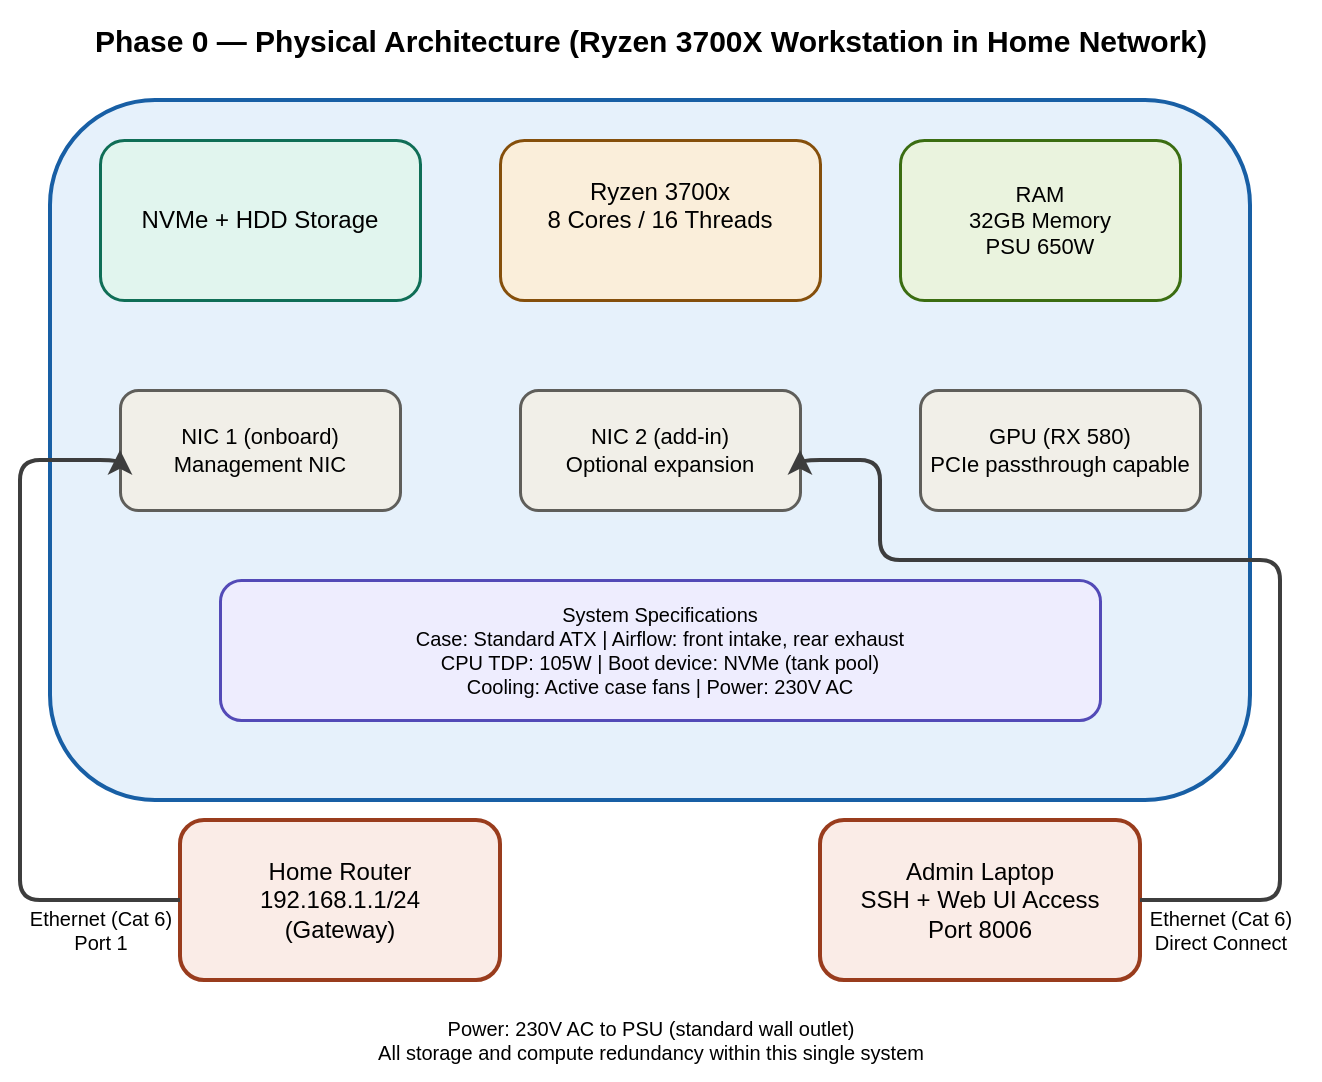
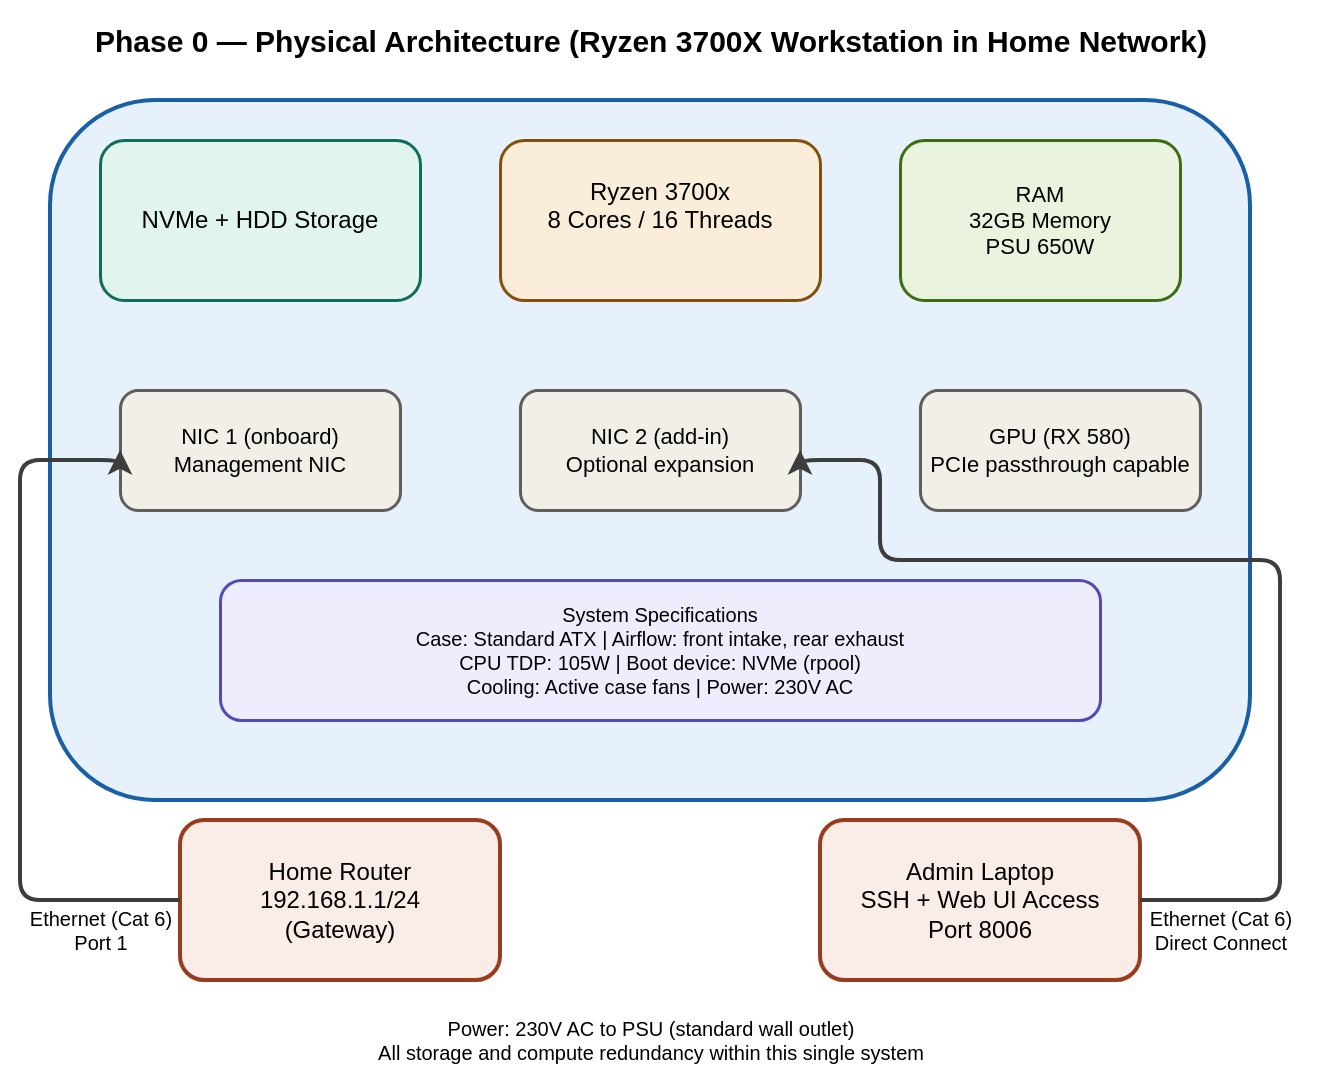
<mxfile host="app.diagrams.net" pages="2">
  <diagram name="Physical Architecture" id="RpOUlLbfQfCEnkxK3VkE">
    <mxGraphModel dx="998" dy="1407" grid="1" gridSize="10" guides="1" tooltips="1" connect="1" arrows="1" fold="1" page="1" pageScale="1" pageWidth="827" pageHeight="1169" math="0" shadow="0">
      <root>
        <mxCell id="0" />
        <mxCell id="1" parent="0" />
        <mxCell id="llw3JA0QUT87kZoAZPqh-1" parent="1" style="text;html=1;align=center;verticalAlign=middle;resizable=0;points=[];autosize=1;strokeColor=none;fillColor=none;fontSize=18;fontStyle=1" value="&lt;font style=&quot;font-size: 15px;&quot;&gt;Phase 0 — Physical Architecture (Ryzen 3700X Workstation in Home Network)&lt;/font&gt;" vertex="1">
          <mxGeometry height="40" width="550" x="200" y="140" as="geometry" />
        </mxCell>
        <mxCell id="llw3JA0QUT87kZoAZPqh-2" parent="1" style="rounded=1;whiteSpace=wrap;html=1;fontSize=14;fontStyle=1;fillColor=#e6f1fb;strokeColor=#185fa5;strokeWidth=2" value="" vertex="1">
          <mxGeometry height="350" width="600" x="175" y="190" as="geometry" />
        </mxCell>
        <mxCell id="llw3JA0QUT87kZoAZPqh-3" parent="1" style="rounded=1;whiteSpace=wrap;html=1;fontSize=12;fillColor=#e1f5ee;strokeColor=#0f6e56;strokeWidth=1.5" value="NVMe + HDD Storage" vertex="1">
          <mxGeometry height="80" width="160" x="200" y="210" as="geometry" />
        </mxCell>
        <mxCell id="llw3JA0QUT87kZoAZPqh-4" parent="1" style="rounded=1;whiteSpace=wrap;html=1;fontSize=12;fillColor=#faeeda;strokeColor=#854f0b;strokeWidth=1.5" value="Ryzen 3700x&lt;div&gt;8 Cores / 16 Threads&lt;br&gt;&lt;br&gt;&lt;/div&gt;" vertex="1">
          <mxGeometry height="80" width="160" x="400" y="210" as="geometry" />
        </mxCell>
        <mxCell id="llw3JA0QUT87kZoAZPqh-5" parent="1" style="rounded=1;whiteSpace=wrap;html=1;fontSize=11;fillColor=#eaf3de;strokeColor=#3b6d11;strokeWidth=1.5" value="RAM&lt;br&gt;32GB Memory&lt;br&gt;PSU 650W" vertex="1">
          <mxGeometry height="80" width="140" x="600" y="210" as="geometry" />
        </mxCell>
        <mxCell id="llw3JA0QUT87kZoAZPqh-7" parent="1" style="rounded=1;whiteSpace=wrap;html=1;fontSize=11;fillColor=#f1efe8;strokeColor=#5f5e5a;strokeWidth=1.5" value="NIC 1 (onboard)&#xa;Management NIC" vertex="1">
          <mxGeometry height="60" width="140" x="210" y="335" as="geometry" />
        </mxCell>
        <mxCell id="llw3JA0QUT87kZoAZPqh-8" parent="1" style="rounded=1;whiteSpace=wrap;html=1;fontSize=11;fillColor=#f1efe8;strokeColor=#5f5e5a;strokeWidth=1.5" value="NIC 2 (add-in)&#xa;Optional expansion" vertex="1">
          <mxGeometry height="60" width="140" x="410" y="335" as="geometry" />
        </mxCell>
        <mxCell id="llw3JA0QUT87kZoAZPqh-9" parent="1" style="rounded=1;whiteSpace=wrap;html=1;fontSize=11;fillColor=#f1efe8;strokeColor=#5f5e5a;strokeWidth=1.5" value="GPU (RX 580)&#xa;PCIe passthrough capable" vertex="1">
          <mxGeometry height="60" width="140" x="610" y="335" as="geometry" />
        </mxCell>
-         <mxCell id="llw3JA0QUT87kZoAZPqh-10" parent="1" style="rounded=1;whiteSpace=wrap;html=1;fontSize=10;fillColor=#eeedfe;strokeColor=#534ab7;strokeWidth=1.5" value="System Specifications&#xa;Case: Standard ATX | Airflow: front intake, rear exhaust&#xa;CPU TDP: 105W | Boot device: NVMe (tank pool)&#xa;Cooling: Active case fans | Power: 230V AC" vertex="1">
+         <mxCell id="llw3JA0QUT87kZoAZPqh-10" parent="1" style="rounded=1;whiteSpace=wrap;html=1;fontSize=10;fillColor=#eeedfe;strokeColor=#534ab7;strokeWidth=1.5" value="System Specifications&#xa;Case: Standard ATX | Airflow: front intake, rear exhaust&#xa;CPU TDP: 105W | Boot device: NVMe (rpool)&#xa;Cooling: Active case fans | Power: 230V AC" vertex="1">
          <mxGeometry height="70" width="440" x="260" y="430" as="geometry" />
        </mxCell>
        <mxCell id="llw3JA0QUT87kZoAZPqh-11" parent="1" style="rounded=1;whiteSpace=wrap;html=1;fontSize=12;fillColor=#faece7;strokeColor=#993c1d;strokeWidth=2" value="Home Router&lt;br&gt;192.168.1.1/24&lt;br&gt;(Gateway)" vertex="1">
          <mxGeometry height="80" width="160" x="240" y="550" as="geometry" />
        </mxCell>
        <mxCell id="llw3JA0QUT87kZoAZPqh-12" parent="1" style="rounded=1;whiteSpace=wrap;html=1;fontSize=12;fillColor=#faece7;strokeColor=#993c1d;strokeWidth=2" value="Admin Laptop&#xa;SSH + Web UI Access&#xa;Port 8006" vertex="1">
          <mxGeometry height="80" width="160" x="560" y="550" as="geometry" />
        </mxCell>
        <mxCell id="llw3JA0QUT87kZoAZPqh-13" edge="1" parent="1" source="llw3JA0QUT87kZoAZPqh-11" style="edgeStyle=orthogonalEdgeStyle;rounded=1;orthogonalLoop=1;jettySize=auto;html=1;dashed=0;strokeColor=#3d3d3d;strokeWidth=2;exitX=0;exitY=0.5;exitDx=0;exitDy=0;entryX=0;entryY=0.5;entryDx=0;entryDy=0;" target="llw3JA0QUT87kZoAZPqh-7" value="">
          <mxGeometry relative="1" as="geometry">
            <Array as="points">
              <mxPoint x="160" y="590" />
              <mxPoint x="160" y="370" />
              <mxPoint x="210" y="370" />
            </Array>
          </mxGeometry>
        </mxCell>
        <mxCell id="llw3JA0QUT87kZoAZPqh-14" parent="1" style="text;html=1;align=center;verticalAlign=middle;resizable=0;points=[];autosize=1;strokeColor=none;fillColor=none;fontSize=10" value="Ethernet (Cat 6)&#xa;Port 1" vertex="1">
          <mxGeometry height="30" width="100" x="150" y="590" as="geometry" />
        </mxCell>
        <mxCell id="llw3JA0QUT87kZoAZPqh-15" edge="1" parent="1" source="llw3JA0QUT87kZoAZPqh-12" style="edgeStyle=orthogonalEdgeStyle;rounded=1;orthogonalLoop=1;jettySize=auto;html=1;dashed=0;strokeColor=#3d3d3d;strokeWidth=2;exitX=1;exitY=0.5;exitDx=0;exitDy=0;entryX=1;entryY=0.5;entryDx=0;entryDy=0;" target="llw3JA0QUT87kZoAZPqh-8" value="">
          <mxGeometry relative="1" as="geometry">
            <Array as="points">
              <mxPoint x="790" y="590" />
              <mxPoint x="790" y="420" />
              <mxPoint x="590" y="420" />
              <mxPoint x="590" y="370" />
              <mxPoint x="550" y="370" />
            </Array>
          </mxGeometry>
        </mxCell>
        <mxCell id="llw3JA0QUT87kZoAZPqh-16" parent="1" style="text;html=1;align=center;verticalAlign=middle;resizable=0;points=[];autosize=1;strokeColor=none;fillColor=none;fontSize=10" value="Ethernet (Cat 6)&#xa;Direct Connect" vertex="1">
          <mxGeometry height="30" width="100" x="710" y="590" as="geometry" />
        </mxCell>
        <mxCell id="llw3JA0QUT87kZoAZPqh-17" parent="1" style="text;html=1;align=center;verticalAlign=middle;resizable=0;points=[];autosize=1;strokeColor=none;fillColor=none;fontSize=10;fontStyle=0;italic=1" value="Power: 230V AC to PSU (standard wall outlet)&#xa;All storage and compute redundancy within this single system" vertex="1">
          <mxGeometry height="40" width="550" x="200" y="640" as="geometry" />
        </mxCell>
      </root>
    </mxGraphModel>
  </diagram>
  <diagram id="8_bKuJUG7P7TTRFJB-wm" name="Page-2">
    <mxGraphModel dx="1853" dy="2211" grid="1" gridSize="10" guides="1" tooltips="1" connect="1" arrows="1" fold="1" page="1" pageScale="1" pageWidth="827" pageHeight="1169" math="0" shadow="0">
      <root>
        <mxCell id="0" />
        <mxCell id="1" parent="0" />
        <mxCell id="TNZWAU5KYhN_NSD0iMVZ-1" parent="1" style="text;html=1;align=center;verticalAlign=middle;resizable=0;points=[];autosize=1;strokeColor=none;fillColor=none;fontSize=18;fontStyle=1" value="&lt;h1 style=&quot;&quot;&gt;Phase 0 — Logical Architecture (Proxmox VM Topology)&lt;/h1&gt;" vertex="1">
          <mxGeometry height="100" width="980" x="330" y="-17" as="geometry" />
        </mxCell>
        <mxCell id="TNZWAU5KYhN_NSD0iMVZ-2" parent="1" style="rounded=1;whiteSpace=wrap;html=1;fontSize=14;fontStyle=1;fillColor=#eeedfe;strokeColor=#534ab7;strokeWidth=2" value="&lt;meta charset=&quot;utf-8&quot;&gt;&lt;h2 style=&quot;forced-color-adjust: none; color: rgb(0, 0, 0); font-family: Helvetica; font-style: normal; font-variant-ligatures: normal; font-variant-caps: normal; letter-spacing: normal; orphans: 2; text-align: center; text-indent: 0px; text-transform: none; widows: 2; word-spacing: 0px; -webkit-text-stroke-width: 0px; white-space: normal; background-color: rgb(236, 236, 236); text-decoration-thickness: initial; text-decoration-style: initial; text-decoration-color: initial; line-height: 10.5px;&quot;&gt;Virtual Machines &amp;amp; LXC Containers (Phase 1–8 workloads)&lt;/h2&gt;" vertex="1">
          <mxGeometry height="240" width="780" x="430" y="80" as="geometry" />
        </mxCell>
        <mxCell id="TNZWAU5KYhN_NSD0iMVZ-3" parent="1" style="rounded=1;whiteSpace=wrap;html=1;fontSize=11;fillColor=#f1efe8;strokeColor=#5f5e5a;strokeWidth=1.5" value="pfSense&#xa;(Router / Firewall)&#xa;Phase 1" vertex="1">
          <mxGeometry height="70" width="110" x="470" y="100" as="geometry" />
        </mxCell>
        <mxCell id="TNZWAU5KYhN_NSD0iMVZ-4" parent="1" style="rounded=1;whiteSpace=wrap;html=1;fontSize=11;fillColor=#f1efe8;strokeColor=#5f5e5a;strokeWidth=1.5" value="DC01&#xa;(Active Directory)&#xa;Phase 2" vertex="1">
          <mxGeometry height="70" width="110" x="620" y="100" as="geometry" />
        </mxCell>
        <mxCell id="TNZWAU5KYhN_NSD0iMVZ-5" parent="1" style="rounded=1;whiteSpace=wrap;html=1;fontSize=11;fillColor=#f1efe8;strokeColor=#5f5e5a;strokeWidth=1.5" value="CLIENT01&#xa;(Windows 10/11)&#xa;Phase 2" vertex="1">
          <mxGeometry height="70" width="110" x="770" y="100" as="geometry" />
        </mxCell>
        <mxCell id="TNZWAU5KYhN_NSD0iMVZ-6" parent="1" style="rounded=1;whiteSpace=wrap;html=1;fontSize=11;fillColor=#f1efe8;strokeColor=#5f5e5a;strokeWidth=1.5" value="UBU01&#xa;(Ubuntu Linux)&#xa;Phase 3" vertex="1">
          <mxGeometry height="70" width="110" x="920" y="100" as="geometry" />
        </mxCell>
        <mxCell id="TNZWAU5KYhN_NSD0iMVZ-7" parent="1" style="rounded=1;whiteSpace=wrap;html=1;fontSize=11;fillColor=#f1efe8;strokeColor=#5f5e5a;strokeWidth=1.5" value="Wazuh&#xa;(SIEM / Security)&#xa;Phase 6 (LXC)" vertex="1">
          <mxGeometry height="70" width="110" x="1065" y="100" as="geometry" />
        </mxCell>
        <mxCell id="TNZWAU5KYhN_NSD0iMVZ-8" parent="1" style="rounded=1;whiteSpace=wrap;html=1;fontSize=11;fillColor=#f1efe8;strokeColor=#5f5e5a;strokeWidth=1.5" value="Cloud&#xa;(Hybrid/Intune)&#xa;Phase 4" vertex="1">
          <mxGeometry height="70" width="110" x="550" y="230" as="geometry" />
        </mxCell>
        <mxCell id="TNZWAU5KYhN_NSD0iMVZ-9" parent="1" style="rounded=1;whiteSpace=wrap;html=1;fontSize=11;fillColor=#f1efe8;strokeColor=#5f5e5a;strokeWidth=1.5" value="Monitor&#xa;(Prometheus/Grafana)&#xa;Phase 5" vertex="1">
          <mxGeometry height="70" width="110" x="700" y="230" as="geometry" />
        </mxCell>
        <mxCell id="TNZWAU5KYhN_NSD0iMVZ-10" parent="1" style="rounded=1;whiteSpace=wrap;html=1;fontSize=11;fillColor=#f1efe8;strokeColor=#5f5e5a;strokeWidth=1.5" value="ITSM&#xa;(ServiceNow/Jira)&#xa;Phase 7" vertex="1">
          <mxGeometry height="70" width="110" x="840" y="230" as="geometry" />
        </mxCell>
        <mxCell id="TNZWAU5KYhN_NSD0iMVZ-11" parent="1" style="rounded=1;whiteSpace=wrap;html=1;fontSize=11;fillColor=#f1efe8;strokeColor=#5f5e5a;strokeWidth=1.5" value="Config&#xa;(Ansible/Terraform)&#xa;Phase 8" vertex="1">
          <mxGeometry height="70" width="110" x="980" y="230" as="geometry" />
        </mxCell>
        <mxCell id="TNZWAU5KYhN_NSD0iMVZ-13" parent="1" style="rounded=1;whiteSpace=wrap;html=1;fontSize=14;fontStyle=1;fillColor=#eaf3de;strokeColor=#3b6d11;strokeWidth=2" value="&lt;h2&gt;&lt;font style=&quot;font-size: 18px;&quot;&gt;Storage Pools (ZFS)&lt;/font&gt;&lt;/h2&gt;" vertex="1">
          <mxGeometry height="150" width="782" x="428" y="360" as="geometry" />
        </mxCell>
-         <mxCell id="TNZWAU5KYhN_NSD0iMVZ-14" parent="1" style="rounded=1;whiteSpace=wrap;html=1;fontSize=11;fillColor=#e1f5ee;strokeColor=#0f6e56;strokeWidth=2" value="&lt;font style=&quot;font-size: 14px;&quot;&gt;NVMe Hot Tier (tank)&lt;br&gt;Fast I/O&lt;br&gt;OS • Snapshots • Active VMs&lt;br&gt;&lt;/font&gt;" vertex="1">
+         <mxCell id="TNZWAU5KYhN_NSD0iMVZ-14" parent="1" style="rounded=1;whiteSpace=wrap;html=1;fontSize=11;fillColor=#e1f5ee;strokeColor=#0f6e56;strokeWidth=2" value="&lt;font style=&quot;font-size: 14px;&quot;&gt;Primary ZFS Tier (rpool)&lt;br&gt;Fast I/O&lt;br&gt;OS • Snapshots • Active VMs&lt;br&gt;&lt;/font&gt;" vertex="1">
          <mxGeometry height="90" width="280" x="450" y="390" as="geometry" />
        </mxCell>
-         <mxCell id="TNZWAU5KYhN_NSD0iMVZ-15" parent="1" style="rounded=1;whiteSpace=wrap;html=1;fontSize=11;fillColor=#faeeda;strokeColor=#854f0b;strokeWidth=2" value="&lt;font style=&quot;font-size: 14px;&quot;&gt;HDD Cold Tier (archive)&lt;br&gt;Long-term retention&lt;br&gt;Daily Backups • Archives&lt;br&gt;Retention: 7 daily + 4 weekly&lt;/font&gt;" vertex="1">
+         <mxCell id="TNZWAU5KYhN_NSD0iMVZ-15" parent="1" style="rounded=1;whiteSpace=wrap;html=1;fontSize=11;fillColor=#faeeda;strokeColor=#854f0b;strokeWidth=2" value="&lt;font style=&quot;font-size: 14px;&quot;&gt;Secondary Storage (tank)&lt;br&gt;Backups and archives&lt;br&gt;ISO images • Templates • Retention&lt;br&gt;Retention: 7 daily + 4 weekly&lt;/font&gt;" vertex="1">
          <mxGeometry height="90" width="280" x="910" y="390" as="geometry" />
        </mxCell>
        <mxCell id="TNZWAU5KYhN_NSD0iMVZ-16" edge="1" parent="1" source="TNZWAU5KYhN_NSD0iMVZ-14" style="edgeStyle=orthogonalEdgeStyle;rounded=1;orthogonalLoop=1;jettySize=auto;html=1;dashed=1;strokeColor=#3d3d3d;strokeWidth=2;exitX=0.999;exitY=0.129;exitDx=0;exitDy=0;exitPerimeter=0;entryX=0.001;entryY=0.17;entryDx=0;entryDy=0;entryPerimeter=0;" target="TNZWAU5KYhN_NSD0iMVZ-15" value="">
          <mxGeometry relative="1" as="geometry">
            <Array as="points">
              <mxPoint x="730" y="402" />
              <mxPoint x="920" y="402" />
              <mxPoint x="934" y="402" />
            </Array>
            <mxPoint x="664" y="462" as="sourcePoint" />
            <mxPoint x="1084" y="463" as="targetPoint" />
          </mxGeometry>
        </mxCell>
-         <mxCell id="TNZWAU5KYhN_NSD0iMVZ-17" parent="1" style="text;html=1;align=center;verticalAlign=middle;resizable=0;points=[];autosize=1;strokeColor=none;fillColor=none;fontSize=9;fontStyle=0" value="&lt;div&gt;&lt;font&gt;Each VM: P0-baseline snapshot + daily incremental snapshots on NVMe hot tier&lt;/font&gt;&lt;/div&gt;&lt;font&gt;Daily snapshots → backup (Proxmox snapshot mode)&lt;br&gt;Mode: snapshot | Schedule: 03:00 UTC | Retention: 7 daily + 4 weekly&lt;/font&gt;" vertex="1">
+         <mxCell id="TNZWAU5KYhN_NSD0iMVZ-17" parent="1" style="text;html=1;align=center;verticalAlign=middle;resizable=0;points=[];autosize=1;strokeColor=none;fillColor=none;fontSize=9;fontStyle=0" value="&lt;div&gt;&lt;font&gt;Each VM: P0-baseline snapshot + daily incremental snapshots on rpool&lt;/font&gt;&lt;/div&gt;&lt;font&gt;Daily snapshots → backup (Proxmox snapshot mode)&lt;br&gt;Mode: snapshot | Schedule: 03:00 UTC | Retention: 7 daily + 4 weekly&lt;/font&gt;" vertex="1">
          <mxGeometry height="50" width="340" x="880" y="800" as="geometry" />
        </mxCell>
        <mxCell id="TNZWAU5KYhN_NSD0iMVZ-18" parent="1" style="rounded=1;whiteSpace=wrap;html=1;fontSize=14;fontStyle=1;fillColor=#e6f1fb;strokeColor=#185fa5;strokeWidth=2" value="&lt;h2&gt;&lt;br&gt;&lt;/h2&gt;&lt;h2&gt;&lt;br&gt;&lt;/h2&gt;&lt;h2&gt;&lt;br&gt;&lt;/h2&gt;&lt;h2&gt;&lt;br&gt;&lt;/h2&gt;&lt;h2&gt;Proxmox VE 9.1 Hypervisor Foundation&lt;/h2&gt;" vertex="1">
          <mxGeometry height="230" width="810" x="420" y="550" as="geometry" />
        </mxCell>
        <mxCell id="TNZWAU5KYhN_NSD0iMVZ-19" parent="1" style="text;html=1;align=center;verticalAlign=middle;resizable=0;points=[];autosize=1;strokeColor=none;fillColor=none;fontSize=10" value="&lt;font style=&quot;font-size: 14px;&quot;&gt;Linux Kernel • QEMU/KVM • ZFS Filesystem Management&lt;br&gt;vmbr0 (LAN bridge: management, lab traffic) | vmbr1 (Isolated lab network)&lt;br&gt;PCI passthrough enabled for GPU • Nested virtualization support&lt;br&gt;HA cluster ready (single node now, 2-node ready)&lt;/font&gt;" vertex="1">
          <mxGeometry height="80" width="490" x="575" y="620" as="geometry" />
        </mxCell>
        <mxCell id="TNZWAU5KYhN_NSD0iMVZ-20" edge="1" parent="1" source="TNZWAU5KYhN_NSD0iMVZ-3" style="edgeStyle=orthogonalEdgeStyle;rounded=1;orthogonalLoop=1;jettySize=auto;html=1;strokeColor=#888780;strokeWidth=1;startArrow=none;endArrow=none" target="TNZWAU5KYhN_NSD0iMVZ-18" value="">
          <mxGeometry relative="1" as="geometry">
            <Array as="points">
              <mxPoint x="390" y="135" />
              <mxPoint x="390" y="755" />
            </Array>
          </mxGeometry>
        </mxCell>
        <mxCell id="TNZWAU5KYhN_NSD0iMVZ-21" parent="1" style="text;html=1;align=left;verticalAlign=middle;resizable=0;points=[];autosize=1;strokeColor=none;fillColor=none;fontSize=11;fontStyle=1" value="Diagramming Hygiene Applied:" vertex="1">
          <mxGeometry height="20" width="250" x="390" y="790" as="geometry" />
        </mxCell>
        <mxCell id="TNZWAU5KYhN_NSD0iMVZ-22" parent="1" style="text;html=1;align=left;verticalAlign=middle;resizable=0;points=[];autosize=1;strokeColor=none;fillColor=none;fontSize=9" value="✓ Every line labelled: backup flow, network bridges, storage paths" vertex="1">
          <mxGeometry height="20" width="400" x="405" y="815" as="geometry" />
        </mxCell>
        <mxCell id="TNZWAU5KYhN_NSD0iMVZ-23" parent="1" style="text;html=1;align=left;verticalAlign=middle;resizable=0;points=[];autosize=1;strokeColor=none;fillColor=none;fontSize=9" value="✓ Stable identity: pfSense / DC01 / CLIENT01 / UBU01 consistent across all phases" vertex="1">
          <mxGeometry height="20" width="450" x="405" y="840" as="geometry" />
        </mxCell>
        <mxCell id="TNZWAU5KYhN_NSD0iMVZ-24" parent="1" style="text;html=1;align=left;verticalAlign=middle;resizable=0;points=[];autosize=1;strokeColor=none;fillColor=none;fontSize=9" value="✓ Color convention: Purple (compute layer) → Green (storage) → Blue (foundation)" vertex="1">
          <mxGeometry height="20" width="450" x="405" y="865" as="geometry" />
        </mxCell>
      </root>
    </mxGraphModel>
  </diagram>
</mxfile>
